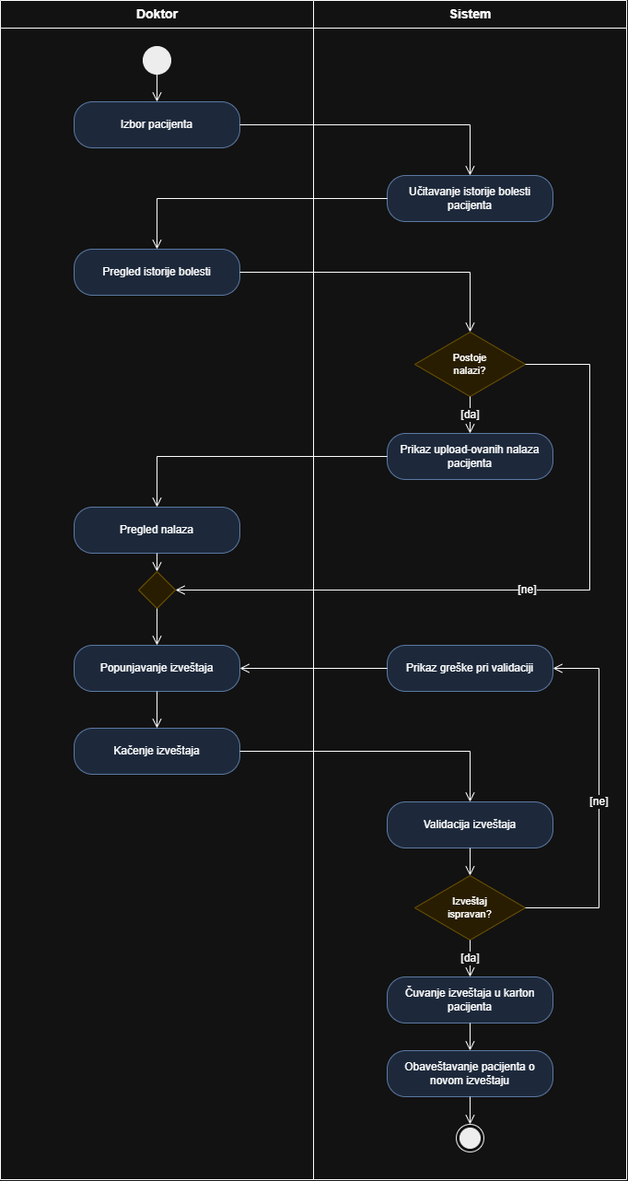
Before: docs/UML/Aktivnosti/Izvestaj_dijagram_aktivnosti.drawio.png, a diagram exported from draw.io (acailic02/matf-hospital-informational-system). Source tidied: cells renumbered, new cells last; positions are measured from the earlier drawing's top-left corner, leaving out a move shared by most shapes.
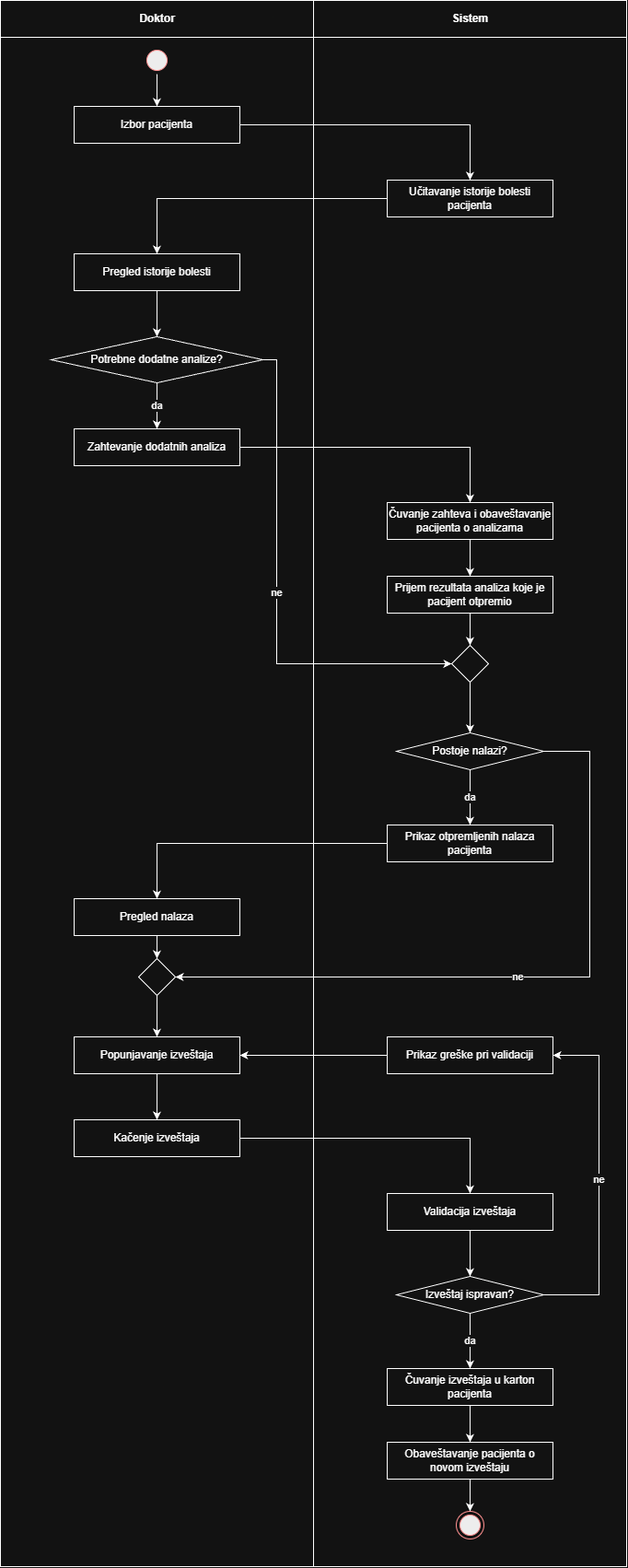
The same diagram one commit later.

Commit message:
Ispravke za Izvestaj use case i format dijagrama aktivnosti

Change to the diagram source:
```diff
@@ -2,120 +2,158 @@
   <root>
     <mxCell id="0" />
     <mxCell id="1" parent="0" />
-    <mxCell id="2" value="Doktor" style="swimlane;startSize=30;html=1;fontStyle=1;fontSize=14;" parent="1" vertex="1">
-      <mxGeometry width="340" height="1280" as="geometry" />
+    <mxCell id="2" value="Doktor" style="swimlane;startSize=40;html=1;" parent="1" vertex="1">
+      <mxGeometry width="340" height="1700" as="geometry" />
     </mxCell>
-    <mxCell id="3" value="Sistem" style="swimlane;startSize=30;html=1;fontStyle=1;fontSize=14;" parent="1" vertex="1">
-      <mxGeometry x="340" width="340" height="1280" as="geometry" />
+    <mxCell id="3" value="Sistem" style="swimlane;startSize=40;html=1;" parent="1" vertex="1">
+      <mxGeometry x="340" width="340" height="1700" as="geometry" />
     </mxCell>
-    <mxCell id="4" style="ellipse;html=1;fillColor=#000000;strokeColor=#000000;" parent="1" vertex="1">
+    <mxCell id="4" style="ellipse;html=1;shape=startState;fillColor=#000000;strokeColor=#ff0000;" parent="1" vertex="1">
       <mxGeometry x="155" y="50" width="30" height="30" as="geometry" />
     </mxCell>
-    <mxCell id="5" value="Izbor pacijenta" style="rounded=1;whiteSpace=wrap;html=1;arcSize=40;fillColor=#dae8fc;strokeColor=#6c8ebf;fontSize=12;" parent="1" vertex="1">
-      <mxGeometry x="80" y="110" width="180" height="50" as="geometry" />
+    <mxCell id="5" value="Izbor pacijenta" style="html=1;whiteSpace=wrap;" parent="1" vertex="1">
+      <mxGeometry x="80" y="115" width="180" height="40" as="geometry" />
     </mxCell>
-    <mxCell id="6" value="Učitavanje istorije bolesti pacijenta" style="rounded=1;whiteSpace=wrap;html=1;arcSize=40;fillColor=#dae8fc;strokeColor=#6c8ebf;fontSize=12;" parent="1" vertex="1">
-      <mxGeometry x="420" y="190" width="180" height="50" as="geometry" />
+    <mxCell id="6" value="Učitavanje istorije bolesti pacijenta" style="html=1;whiteSpace=wrap;" parent="1" vertex="1">
+      <mxGeometry x="420" y="195" width="180" height="40" as="geometry" />
     </mxCell>
-    <mxCell id="7" value="Pregled istorije bolesti" style="rounded=1;whiteSpace=wrap;html=1;arcSize=40;fillColor=#dae8fc;strokeColor=#6c8ebf;fontSize=12;" parent="1" vertex="1">
-      <mxGeometry x="80" y="270" width="180" height="50" as="geometry" />
+    <mxCell id="7" value="Pregled istorije bolesti" style="html=1;whiteSpace=wrap;" parent="1" vertex="1">
+      <mxGeometry x="80" y="275" width="180" height="40" as="geometry" />
     </mxCell>
-    <mxCell id="8" value="Postoje&lt;br&gt;nalazi?" style="rhombus;whiteSpace=wrap;html=1;fillColor=#fff2cc;strokeColor=#d6b656;fontSize=11;" parent="1" vertex="1">
-      <mxGeometry x="450" y="360" width="120" height="70" as="geometry" />
+    <mxCell id="8" value="Postoje nalazi?" style="rhombus;whiteSpace=wrap;html=1;" parent="1" vertex="1">
+      <mxGeometry x="430" y="795" width="160" height="40" as="geometry" />
     </mxCell>
-    <mxCell id="9" value="Prikaz upload-ovanih nalaza pacijenta" style="rounded=1;whiteSpace=wrap;html=1;arcSize=40;fillColor=#dae8fc;strokeColor=#6c8ebf;fontSize=12;" parent="1" vertex="1">
-      <mxGeometry x="420" y="470" width="180" height="50" as="geometry" />
+    <mxCell id="9" value="Prikaz otpremljenih nalaza pacijenta" style="html=1;whiteSpace=wrap;" parent="1" vertex="1">
+      <mxGeometry x="420" y="895" width="180" height="40" as="geometry" />
     </mxCell>
-    <mxCell id="10" value="Pregled nalaza" style="rounded=1;whiteSpace=wrap;html=1;arcSize=40;fillColor=#dae8fc;strokeColor=#6c8ebf;fontSize=12;" parent="1" vertex="1">
-      <mxGeometry x="80" y="550" width="180" height="50" as="geometry" />
+    <mxCell id="10" value="Pregled nalaza" style="html=1;whiteSpace=wrap;" parent="1" vertex="1">
+      <mxGeometry x="80" y="975" width="180" height="40" as="geometry" />
     </mxCell>
-    <mxCell id="11" style="rhombus;html=1;fillColor=#fff2cc;strokeColor=#d6b656;" parent="1" vertex="1">
-      <mxGeometry x="150" y="620" width="40" height="40" as="geometry" />
+    <mxCell id="11" style="rhombus;whiteSpace=wrap;html=1;" parent="1" vertex="1">
+      <mxGeometry x="150" y="1040" width="40" height="40" as="geometry" />
     </mxCell>
-    <mxCell id="12" value="Popunjavanje izveštaja" style="rounded=1;whiteSpace=wrap;html=1;arcSize=40;fillColor=#dae8fc;strokeColor=#6c8ebf;fontSize=12;" parent="1" vertex="1">
-      <mxGeometry x="80" y="700" width="180" height="50" as="geometry" />
+    <mxCell id="12" value="Popunjavanje izveštaja" style="html=1;whiteSpace=wrap;" parent="1" vertex="1">
+      <mxGeometry x="80" y="1125" width="180" height="40" as="geometry" />
     </mxCell>
-    <mxCell id="13" value="Prikaz greške pri validaciji" style="rounded=1;whiteSpace=wrap;html=1;arcSize=40;fillColor=#dae8fc;strokeColor=#6c8ebf;fontSize=12;" parent="1" vertex="1">
-      <mxGeometry x="420" y="700" width="180" height="50" as="geometry" />
+    <mxCell id="13" value="Prikaz greške pri validaciji" style="html=1;whiteSpace=wrap;" parent="1" vertex="1">
+      <mxGeometry x="420" y="1125" width="180" height="40" as="geometry" />
     </mxCell>
-    <mxCell id="14" value="Kačenje izveštaja" style="rounded=1;whiteSpace=wrap;html=1;arcSize=40;fillColor=#dae8fc;strokeColor=#6c8ebf;fontSize=12;" parent="1" vertex="1">
-      <mxGeometry x="80" y="790" width="180" height="50" as="geometry" />
+    <mxCell id="14" value="Kačenje izveštaja" style="html=1;whiteSpace=wrap;" parent="1" vertex="1">
+      <mxGeometry x="80" y="1215" width="180" height="40" as="geometry" />
     </mxCell>
-    <mxCell id="15" value="Validacija izveštaja" style="rounded=1;whiteSpace=wrap;html=1;arcSize=40;fillColor=#dae8fc;strokeColor=#6c8ebf;fontSize=12;" parent="1" vertex="1">
-      <mxGeometry x="420" y="870" width="180" height="50" as="geometry" />
+    <mxCell id="15" value="Validacija izveštaja" style="html=1;whiteSpace=wrap;" parent="1" vertex="1">
+      <mxGeometry x="420" y="1295" width="180" height="40" as="geometry" />
     </mxCell>
-    <mxCell id="16" value="Izveštaj&lt;br&gt;ispravan?" style="rhombus;whiteSpace=wrap;html=1;fillColor=#fff2cc;strokeColor=#d6b656;fontSize=11;" parent="1" vertex="1">
-      <mxGeometry x="450" y="950" width="120" height="70" as="geometry" />
+    <mxCell id="16" value="Izveštaj ispravan?" style="rhombus;whiteSpace=wrap;html=1;" parent="1" vertex="1">
+      <mxGeometry x="430" y="1385" width="160" height="40" as="geometry" />
     </mxCell>
-    <mxCell id="17" value="Čuvanje izveštaja u karton pacijenta" style="rounded=1;whiteSpace=wrap;html=1;arcSize=40;fillColor=#dae8fc;strokeColor=#6c8ebf;fontSize=12;" parent="1" vertex="1">
-      <mxGeometry x="420" y="1060" width="180" height="50" as="geometry" />
+    <mxCell id="17" value="Čuvanje izveštaja u karton pacijenta" style="html=1;whiteSpace=wrap;" parent="1" vertex="1">
+      <mxGeometry x="420" y="1485" width="180" height="40" as="geometry" />
     </mxCell>
-    <mxCell id="18" value="Obaveštavanje pacijenta o novom izveštaju" style="rounded=1;whiteSpace=wrap;html=1;arcSize=40;fillColor=#dae8fc;strokeColor=#6c8ebf;fontSize=12;" parent="1" vertex="1">
-      <mxGeometry x="420" y="1140" width="180" height="50" as="geometry" />
+    <mxCell id="18" value="Obaveštavanje pacijenta o novom izveštaju" style="html=1;whiteSpace=wrap;" parent="1" vertex="1">
+      <mxGeometry x="420" y="1565" width="180" height="40" as="geometry" />
     </mxCell>
-    <mxCell id="19" style="ellipse;html=1;shape=endState;fillColor=#000000;strokeColor=#000000;" parent="1" vertex="1">
-      <mxGeometry x="495" y="1220" width="30" height="30" as="geometry" />
+    <mxCell id="19" style="ellipse;html=1;shape=endState;fillColor=#000000;strokeColor=#ff0000;" parent="1" vertex="1">
+      <mxGeometry x="495" y="1640" width="30" height="30" as="geometry" />
     </mxCell>
-    <mxCell id="20" style="edgeStyle=orthogonalEdgeStyle;rounded=0;html=1;endArrow=open;endSize=8;fontSize=12;" parent="1" edge="1" source="4" target="5">
+    <mxCell id="20" style="edgeStyle=orthogonalEdgeStyle;endArrow=classic;html=1;rounded=0;" parent="1" edge="1" source="4" target="5">
       <mxGeometry relative="1" as="geometry" />
     </mxCell>
-    <mxCell id="21" style="edgeStyle=orthogonalEdgeStyle;rounded=0;html=1;endArrow=open;endSize=8;fontSize=12;" parent="1" edge="1" source="5" target="6">
+    <mxCell id="21" style="edgeStyle=orthogonalEdgeStyle;endArrow=classic;html=1;rounded=0;" parent="1" edge="1" source="5" target="6">
       <mxGeometry relative="1" as="geometry" />
     </mxCell>
-    <mxCell id="22" style="edgeStyle=orthogonalEdgeStyle;rounded=0;html=1;endArrow=open;endSize=8;fontSize=12;" parent="1" edge="1" source="6" target="7">
+    <mxCell id="22" style="edgeStyle=orthogonalEdgeStyle;endArrow=classic;html=1;rounded=0;" parent="1" edge="1" source="6" target="7">
       <mxGeometry relative="1" as="geometry" />
     </mxCell>
-    <mxCell id="23" style="edgeStyle=orthogonalEdgeStyle;rounded=0;html=1;endArrow=open;endSize=8;fontSize=12;" parent="1" edge="1" source="7" target="8">
+    <mxCell id="23" style="edgeStyle=orthogonalEdgeStyle;endArrow=classic;html=1;rounded=0;" parent="1" edge="1" source="7" target="37">
       <mxGeometry relative="1" as="geometry" />
     </mxCell>
-    <mxCell id="24" value="[da]" style="edgeStyle=orthogonalEdgeStyle;rounded=0;html=1;endArrow=open;endSize=8;fontSize=12;" parent="1" edge="1" source="8" target="9">
+    <mxCell id="24" value="da" style="edgeStyle=orthogonalEdgeStyle;endArrow=classic;html=1;rounded=0;" parent="1" edge="1" source="8" target="9">
       <mxGeometry relative="1" as="geometry" />
     </mxCell>
-    <mxCell id="25" style="edgeStyle=orthogonalEdgeStyle;rounded=0;html=1;endArrow=open;endSize=8;fontSize=12;" parent="1" edge="1" source="9" target="10">
+    <mxCell id="25" style="edgeStyle=orthogonalEdgeStyle;endArrow=classic;html=1;rounded=0;" parent="1" edge="1" source="9" target="10">
       <mxGeometry relative="1" as="geometry" />
     </mxCell>
-    <mxCell id="26" style="edgeStyle=orthogonalEdgeStyle;rounded=0;html=1;endArrow=open;endSize=8;fontSize=12;" parent="1" edge="1" source="10" target="11">
+    <mxCell id="26" style="edgeStyle=orthogonalEdgeStyle;endArrow=classic;html=1;rounded=0;" parent="1" edge="1" source="10" target="11">
       <mxGeometry relative="1" as="geometry" />
     </mxCell>
-    <mxCell id="27" value="[ne]" style="edgeStyle=orthogonalEdgeStyle;rounded=0;html=1;endArrow=open;endSize=8;fontSize=12;exitX=1;exitY=0.5;entryX=1;entryY=0.5;" parent="1" edge="1" source="8" target="11">
+    <mxCell id="27" value="ne" style="edgeStyle=orthogonalEdgeStyle;endArrow=classic;html=1;rounded=0;exitX=1;exitY=0.5;entryX=1;entryY=0.5;" parent="1" edge="1" source="8" target="11">
       <mxGeometry relative="1" as="geometry">
         <Array as="points">
-          <mxPoint x="640" y="395" />
-          <mxPoint x="640" y="640" />
+          <mxPoint x="640" y="815" />
+          <mxPoint x="640" y="1060" />
         </Array>
       </mxGeometry>
     </mxCell>
-    <mxCell id="28" style="edgeStyle=orthogonalEdgeStyle;rounded=0;html=1;endArrow=open;endSize=8;fontSize=12;" parent="1" edge="1" source="11" target="12">
+    <mxCell id="28" style="edgeStyle=orthogonalEdgeStyle;endArrow=classic;html=1;rounded=0;" parent="1" edge="1" source="11" target="12">
       <mxGeometry relative="1" as="geometry" />
     </mxCell>
-    <mxCell id="29" style="edgeStyle=orthogonalEdgeStyle;rounded=0;html=1;endArrow=open;endSize=8;fontSize=12;" parent="1" edge="1" source="12" target="14">
+    <mxCell id="29" style="edgeStyle=orthogonalEdgeStyle;endArrow=classic;html=1;rounded=0;" parent="1" edge="1" source="12" target="14">
       <mxGeometry relative="1" as="geometry" />
     </mxCell>
-    <mxCell id="30" style="edgeStyle=orthogonalEdgeStyle;rounded=0;html=1;endArrow=open;endSize=8;fontSize=12;" parent="1" edge="1" source="14" target="15">
+    <mxCell id="30" style="edgeStyle=orthogonalEdgeStyle;endArrow=classic;html=1;rounded=0;" parent="1" edge="1" source="14" target="15">
       <mxGeometry relative="1" as="geometry" />
     </mxCell>
-    <mxCell id="31" style="edgeStyle=orthogonalEdgeStyle;rounded=0;html=1;endArrow=open;endSize=8;fontSize=12;" parent="1" edge="1" source="15" target="16">
+    <mxCell id="31" style="edgeStyle=orthogonalEdgeStyle;endArrow=classic;html=1;rounded=0;" parent="1" edge="1" source="15" target="16">
       <mxGeometry relative="1" as="geometry" />
     </mxCell>
-    <mxCell id="32" value="[ne]" style="edgeStyle=orthogonalEdgeStyle;rounded=0;html=1;endArrow=open;endSize=8;fontSize=12;exitX=1;exitY=0.5;entryX=1;entryY=0.5;" parent="1" edge="1" source="16" target="13">
+    <mxCell id="32" value="ne" style="edgeStyle=orthogonalEdgeStyle;endArrow=classic;html=1;rounded=0;exitX=1;exitY=0.5;entryX=1;entryY=0.5;" parent="1" edge="1" source="16" target="13">
       <mxGeometry relative="1" as="geometry">
         <Array as="points">
-          <mxPoint x="650" y="985" />
-          <mxPoint x="650" y="725" />
+          <mxPoint x="650" y="1405" />
+          <mxPoint x="650" y="1145" />
         </Array>
       </mxGeometry>
     </mxCell>
-    <mxCell id="33" style="edgeStyle=orthogonalEdgeStyle;rounded=0;html=1;endArrow=open;endSize=8;fontSize=12;" parent="1" edge="1" source="13" target="12">
+    <mxCell id="33" style="edgeStyle=orthogonalEdgeStyle;endArrow=classic;html=1;rounded=0;" parent="1" edge="1" source="13" target="12">
       <mxGeometry relative="1" as="geometry" />
     </mxCell>
-    <mxCell id="34" value="[da]" style="edgeStyle=orthogonalEdgeStyle;rounded=0;html=1;endArrow=open;endSize=8;fontSize=12;" parent="1" edge="1" source="16" target="17">
+    <mxCell id="34" value="da" style="edgeStyle=orthogonalEdgeStyle;endArrow=classic;html=1;rounded=0;" parent="1" edge="1" source="16" target="17">
       <mxGeometry relative="1" as="geometry" />
     </mxCell>
-    <mxCell id="35" style="edgeStyle=orthogonalEdgeStyle;rounded=0;html=1;endArrow=open;endSize=8;fontSize=12;" parent="1" edge="1" source="17" target="18">
+    <mxCell id="35" style="edgeStyle=orthogonalEdgeStyle;endArrow=classic;html=1;rounded=0;" parent="1" edge="1" source="17" target="18">
       <mxGeometry relative="1" as="geometry" />
     </mxCell>
-    <mxCell id="36" style="edgeStyle=orthogonalEdgeStyle;rounded=0;html=1;endArrow=open;endSize=8;fontSize=12;" parent="1" edge="1" source="18" target="19">
+    <mxCell id="36" style="edgeStyle=orthogonalEdgeStyle;endArrow=classic;html=1;rounded=0;" parent="1" edge="1" source="18" target="19">
       <mxGeometry relative="1" as="geometry" />
     </mxCell>
+    <mxCell id="37" value="Potrebne dodatne analize?" style="rhombus;whiteSpace=wrap;html=1;" parent="1" vertex="1">
+      <mxGeometry x="55" y="365" width="230" height="50" as="geometry" />
+    </mxCell>
+    <mxCell id="38" value="Zahtevanje dodatnih analiza" style="html=1;whiteSpace=wrap;" parent="1" vertex="1">
+      <mxGeometry x="80" y="465" width="180" height="40" as="geometry" />
+    </mxCell>
+    <mxCell id="39" value="Čuvanje zahteva i obaveštavanje pacijenta o analizama" style="html=1;whiteSpace=wrap;" parent="1" vertex="1">
+      <mxGeometry x="420" y="545" width="180" height="40" as="geometry" />
+    </mxCell>
+    <mxCell id="40" value="Prijem rezultata analiza koje je pacijent otpremio" style="html=1;whiteSpace=wrap;" parent="1" vertex="1">
+      <mxGeometry x="420" y="625" width="180" height="40" as="geometry" />
+    </mxCell>
+    <mxCell id="41" style="rhombus;whiteSpace=wrap;html=1;" parent="1" vertex="1">
+      <mxGeometry x="490" y="700" width="40" height="40" as="geometry" />
+    </mxCell>
+    <mxCell id="42" value="da" style="edgeStyle=orthogonalEdgeStyle;endArrow=classic;html=1;rounded=0;" parent="1" edge="1" source="37" target="38">
+      <mxGeometry relative="1" as="geometry" />
+    </mxCell>
+    <mxCell id="43" style="edgeStyle=orthogonalEdgeStyle;endArrow=classic;html=1;rounded=0;" parent="1" edge="1" source="38" target="39">
+      <mxGeometry relative="1" as="geometry" />
+    </mxCell>
+    <mxCell id="44" style="edgeStyle=orthogonalEdgeStyle;endArrow=classic;html=1;rounded=0;" parent="1" edge="1" source="39" target="40">
+      <mxGeometry relative="1" as="geometry" />
+    </mxCell>
+    <mxCell id="45" style="edgeStyle=orthogonalEdgeStyle;endArrow=classic;html=1;rounded=0;" parent="1" edge="1" source="40" target="41">
+      <mxGeometry relative="1" as="geometry" />
+    </mxCell>
+    <mxCell id="46" value="ne" style="edgeStyle=orthogonalEdgeStyle;endArrow=classic;html=1;rounded=0;exitX=1;exitY=0.5;entryX=0;entryY=0.5;" parent="1" edge="1" source="37" target="41">
+      <mxGeometry relative="1" as="geometry">
+        <Array as="points">
+          <mxPoint x="300" y="390" />
+          <mxPoint x="300" y="720" />
+        </Array>
+      </mxGeometry>
+    </mxCell>
+    <mxCell id="47" style="edgeStyle=orthogonalEdgeStyle;endArrow=classic;html=1;rounded=0;" parent="1" edge="1" source="41" target="8">
+      <mxGeometry relative="1" as="geometry" />
+    </mxCell>
   </root>
 </mxGraphModel>
```
